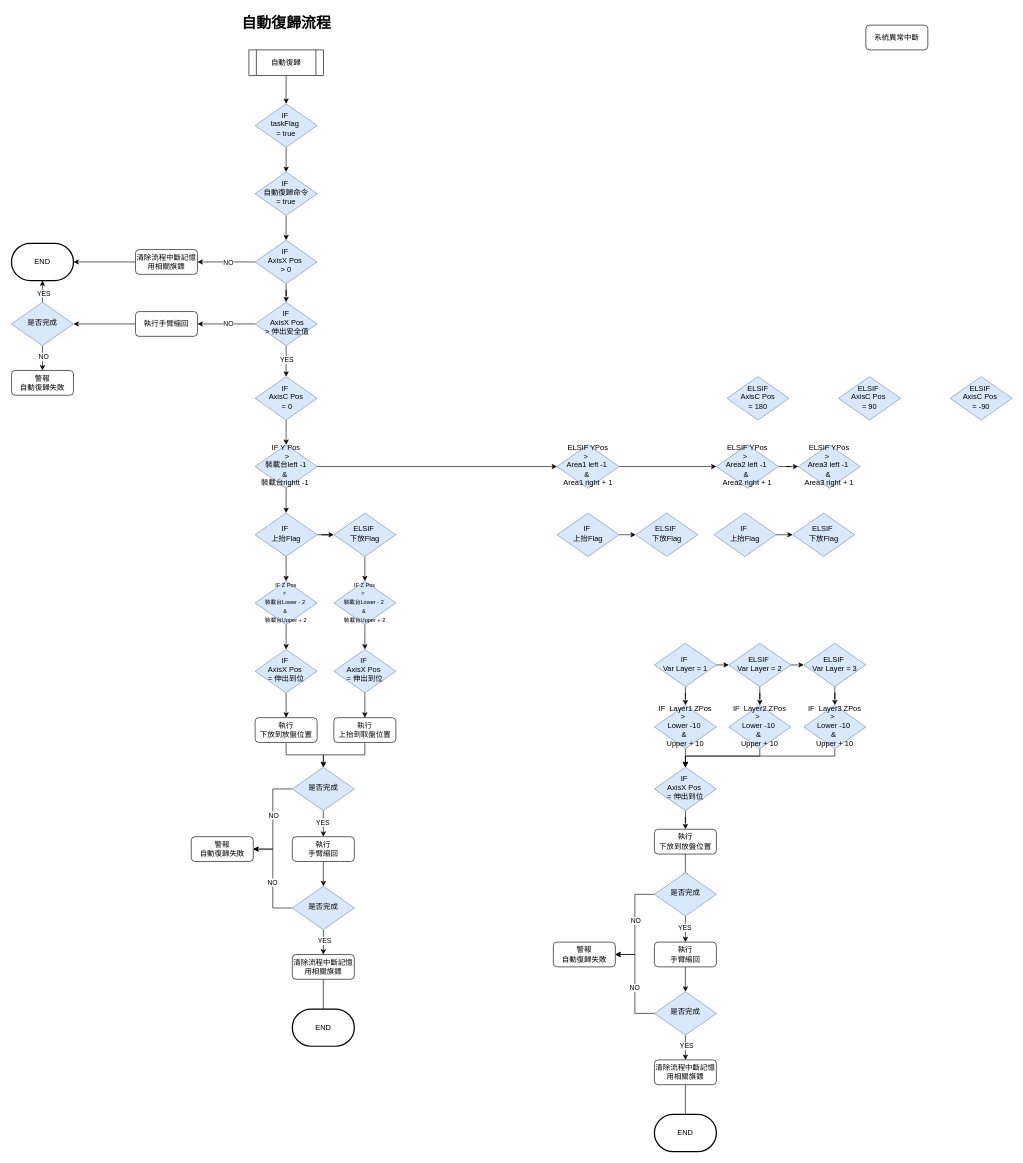
ChiangRyan/process-diagram keeps this draw.io diagram as page "自動復歸" (5 of 5) of 快捷案上位系統交握流程.drawio. Above is the earlier version. Source tidied: cells renumbered, new cells numbered last; positions are measured from the earlier drawing's top-left corner, leaving out a move shared by most shapes. Both pictures are drawn from the tidied source at 62%, with x=0, y=0 at pixel (11, 11).
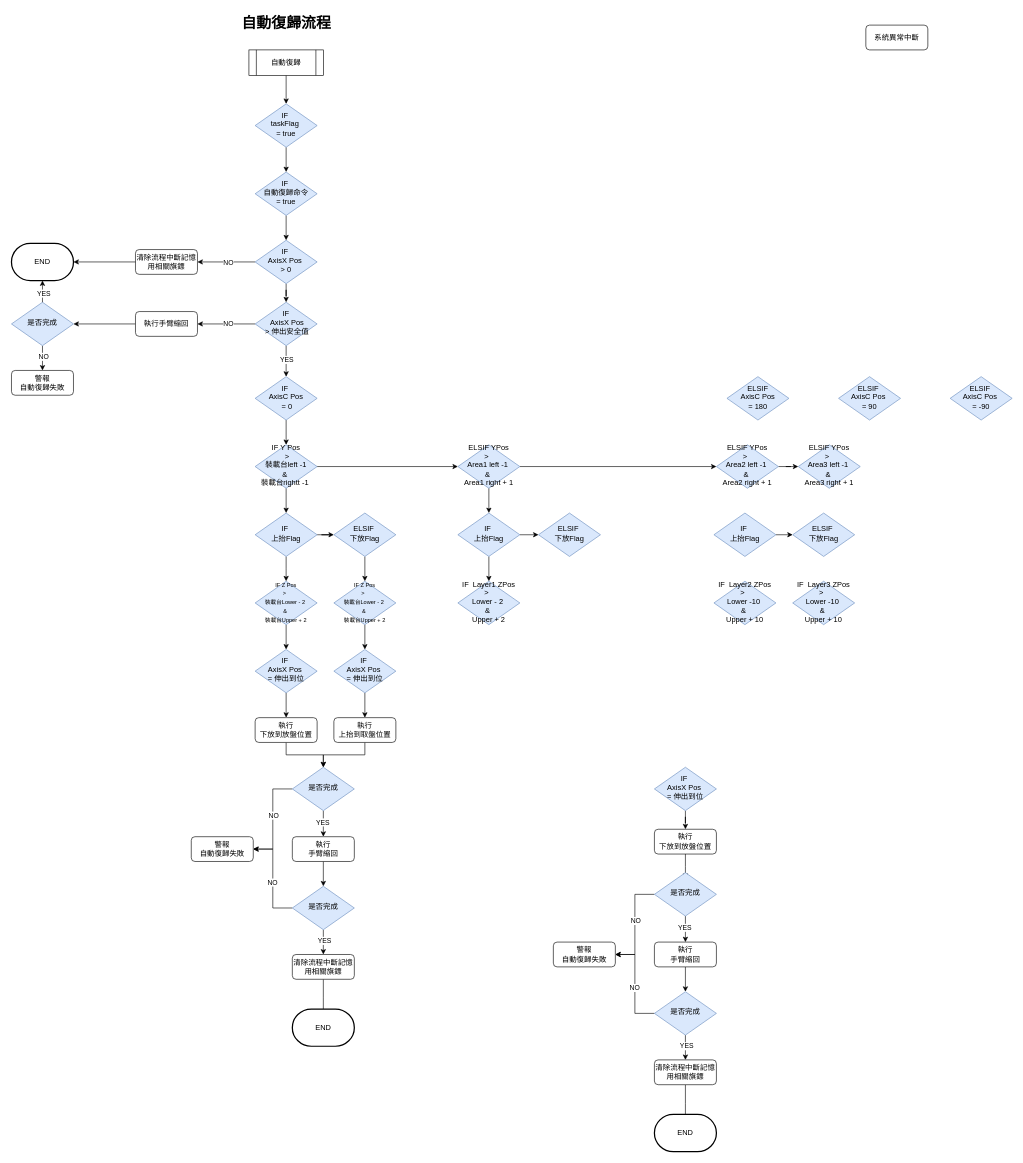
The same page after the edit.

Commit message (it also covers changes not shown here):
更新快捷案上位系統交握流程.drawio

Unchanged cells that the change refers to:
```xml
<mxCell id="35" value="IF&amp;nbsp;&lt;div&gt;AxisX Pos&amp;nbsp;&lt;/div&gt;&lt;div&gt;= 伸出到位&lt;/div&gt;" style="rhombus;whiteSpace=wrap;html=1;shadow=0;fontFamily=Helvetica;fontSize=12;align=center;strokeWidth=1;spacing=6;spacingTop=-4;fillColor=#dae8fc;strokeColor=#6c8ebf;" parent="1" vertex="1">
  <mxGeometry x="1037" y="1220" width="100" height="70" as="geometry" />
</mxCell>
```

The edit, as a diff of the source:
```diff
@@
-    <mxCell id="19" style="edgeStyle=none;rounded=0;jettySize=auto;html=1;" parent="1" edge="1" source="21" target="29">
-      <mxGeometry relative="1" as="geometry" />
+    <mxCell id="19" style="edgeStyle=none;rounded=0;orthogonalLoop=1;jettySize=auto;html=1;" parent="1" edge="1">
+      <mxGeometry relative="1" as="geometry">
+        <mxPoint x="1137" y="1055" as="sourcePoint" />
+      </mxGeometry>
     </mxCell>
-    <mxCell id="20" style="edgeStyle=orthogonalEdgeStyle;rounded=0;jettySize=auto;html=1;" parent="1" edge="1" source="21" target="33">
-      <mxGeometry relative="1" as="geometry" />
-    </mxCell>
-    <mxCell id="21" value="IF&amp;nbsp;&lt;div&gt;Var Layer = 1&lt;/div&gt;" style="rhombus;whiteSpace=wrap;html=1;shadow=0;fontFamily=Helvetica;fontSize=12;align=center;strokeWidth=1;spacing=6;spacingTop=-4;fillColor=#dae8fc;strokeColor=#6c8ebf;" parent="1" vertex="1">
-      <mxGeometry x="1037" y="1020" width="100" height="70" as="geometry" />
-    </mxCell>
@@
-    <mxCell id="27" style="edgeStyle=none;rounded=0;jettySize=auto;html=1;" parent="1" edge="1" source="29" target="31">
-      <mxGeometry relative="1" as="geometry" />
+    <mxCell id="27" style="edgeStyle=none;rounded=0;orthogonalLoop=1;jettySize=auto;html=1;" parent="1" edge="1">
+      <mxGeometry relative="1" as="geometry">
+        <mxPoint x="1257" y="1055" as="sourcePoint" />
+      </mxGeometry>
     </mxCell>
-    <mxCell id="28" style="edgeStyle=orthogonalEdgeStyle;rounded=0;jettySize=auto;html=1;" parent="1" edge="1" source="29" target="57">
-      <mxGeometry relative="1" as="geometry" />
-    </mxCell>
-    <mxCell id="29" value="ELSIF&amp;nbsp;&lt;br&gt;&lt;div&gt;&lt;span style=&quot;background-color: transparent; color: light-dark(rgb(0, 0, 0), rgb(255, 255, 255));&quot;&gt;Var&amp;nbsp;&lt;/span&gt;Layer = 2&lt;/div&gt;" style="rhombus;whiteSpace=wrap;html=1;shadow=0;fontFamily=Helvetica;fontSize=12;align=center;strokeWidth=1;spacing=6;spacingTop=-4;fillColor=#dae8fc;strokeColor=#6c8ebf;" parent="1" vertex="1">
-      <mxGeometry x="1157" y="1020" width="100" height="70" as="geometry" />
-    </mxCell>
-    <mxCell id="30" style="edgeStyle=orthogonalEdgeStyle;rounded=0;jettySize=auto;html=1;" parent="1" edge="1" source="31" target="59">
-      <mxGeometry relative="1" as="geometry" />
-    </mxCell>
-    <mxCell id="31" value="ELSIF&amp;nbsp;&lt;br&gt;&lt;div&gt;&lt;span style=&quot;background-color: transparent; color: light-dark(rgb(0, 0, 0), rgb(255, 255, 255));&quot;&gt;Var&amp;nbsp;&lt;/span&gt;Layer = 3&lt;/div&gt;" style="rhombus;whiteSpace=wrap;html=1;shadow=0;fontFamily=Helvetica;fontSize=12;align=center;strokeWidth=1;spacing=6;spacingTop=-4;fillColor=#dae8fc;strokeColor=#6c8ebf;" parent="1" vertex="1">
-      <mxGeometry x="1278" y="1020" width="100" height="70" as="geometry" />
-    </mxCell>
-    <mxCell id="32" style="edgeStyle=none;rounded=0;jettySize=auto;html=1;" parent="1" edge="1" source="33" target="35">
-      <mxGeometry relative="1" as="geometry" />
-    </mxCell>
-    <mxCell id="33" value="IF&amp;nbsp;&amp;nbsp;&lt;span style=&quot;color: light-dark(rgb(0, 0, 0), rgb(255, 255, 255)); background-color: transparent;&quot;&gt;Layer1 ZPos&lt;/span&gt;&lt;div&gt;&amp;gt;&amp;nbsp;&amp;nbsp;&lt;/div&gt;&lt;div&gt;Lower -10&amp;nbsp;&lt;/div&gt;&lt;div&gt;&amp;amp;&amp;nbsp;&lt;/div&gt;&lt;div&gt;Upper + 10&lt;/div&gt;" style="rhombus;whiteSpace=wrap;html=1;shadow=0;fontFamily=Helvetica;fontSize=12;align=center;strokeWidth=1;spacing=6;spacingTop=-4;fillColor=#dae8fc;strokeColor=#6c8ebf;" parent="1" vertex="1">
-      <mxGeometry x="1037" y="1120" width="100" height="70" as="geometry" />
+    <mxCell id="33" value="IF&amp;nbsp;&amp;nbsp;&lt;span style=&quot;color: light-dark(rgb(0, 0, 0), rgb(255, 255, 255)); background-color: transparent;&quot;&gt;Layer1 ZPos&lt;/span&gt;&lt;div&gt;&amp;gt;&amp;nbsp;&amp;nbsp;&lt;/div&gt;&lt;div&gt;Lower - 2&amp;nbsp;&lt;/div&gt;&lt;div&gt;&amp;amp;&amp;nbsp;&lt;/div&gt;&lt;div&gt;Upper + 2&lt;/div&gt;" style="rhombus;whiteSpace=wrap;html=1;shadow=0;fontFamily=Helvetica;fontSize=12;align=center;strokeWidth=1;spacing=6;spacingTop=-4;fillColor=#dae8fc;strokeColor=#6c8ebf;" parent="1" vertex="1">
+      <mxGeometry x="720" y="920" width="100" height="70" as="geometry" />
     </mxCell>
@@
-    <mxCell id="56" style="edgeStyle=orthogonalEdgeStyle;rounded=0;jettySize=auto;html=1;entryX=0.5;entryY=0;entryDx=0;entryDy=0;" parent="1" edge="1" source="57" target="35">
-      <mxGeometry relative="1" as="geometry">
-        <Array as="points">
-          <mxPoint x="1207" y="1202" />
-          <mxPoint x="1087" y="1202" />
-        </Array>
-      </mxGeometry>
-    </mxCell>
     <mxCell id="57" value="IF&amp;nbsp;&amp;nbsp;&lt;span style=&quot;color: light-dark(rgb(0, 0, 0), rgb(255, 255, 255)); background-color: transparent;&quot;&gt;Layer2 ZPos&lt;/span&gt;&lt;div&gt;&amp;gt;&amp;nbsp;&amp;nbsp;&lt;/div&gt;&lt;div&gt;Lower -10&amp;nbsp;&lt;/div&gt;&lt;div&gt;&amp;amp;&amp;nbsp;&lt;/div&gt;&lt;div&gt;Upper + 10&lt;/div&gt;" style="rhombus;whiteSpace=wrap;html=1;shadow=0;fontFamily=Helvetica;fontSize=12;align=center;strokeWidth=1;spacing=6;spacingTop=-4;fillColor=#dae8fc;strokeColor=#6c8ebf;" parent="1" vertex="1">
-      <mxGeometry x="1157" y="1120" width="100" height="70" as="geometry" />
+      <mxGeometry x="1133" y="920" width="100" height="70" as="geometry" />
     </mxCell>
-    <mxCell id="58" style="edgeStyle=orthogonalEdgeStyle;rounded=0;jettySize=auto;html=1;entryX=0.5;entryY=0;entryDx=0;entryDy=0;" parent="1" edge="1" source="59" target="35">
-      <mxGeometry relative="1" as="geometry">
-        <Array as="points">
-          <mxPoint x="1328" y="1202" />
-          <mxPoint x="1087" y="1202" />
-        </Array>
-      </mxGeometry>
-    </mxCell>
     <mxCell id="59" value="IF&amp;nbsp;&amp;nbsp;&lt;span style=&quot;color: light-dark(rgb(0, 0, 0), rgb(255, 255, 255)); background-color: transparent;&quot;&gt;Layer3 ZPos&lt;/span&gt;&lt;div&gt;&amp;gt;&amp;nbsp;&amp;nbsp;&lt;/div&gt;&lt;div&gt;Lower -10&amp;nbsp;&lt;/div&gt;&lt;div&gt;&amp;amp;&amp;nbsp;&lt;/div&gt;&lt;div&gt;Upper + 10&lt;/div&gt;" style="rhombus;whiteSpace=wrap;html=1;shadow=0;fontFamily=Helvetica;fontSize=12;align=center;strokeWidth=1;spacing=6;spacingTop=-4;fillColor=#dae8fc;strokeColor=#6c8ebf;" parent="1" vertex="1">
-      <mxGeometry x="1278" y="1120" width="100" height="70" as="geometry" />
+      <mxGeometry x="1260" y="920" width="100" height="70" as="geometry" />
     </mxCell>
@@
+    <mxCell id="117" style="edgeStyle=orthogonalEdgeStyle;rounded=0;jettySize=auto;html=1;" parent="1" edge="1" source="66" target="83">
+      <mxGeometry relative="1" as="geometry" />
+    </mxCell>
     <mxCell id="66" value="ELSIF Y&lt;span style=&quot;color: light-dark(rgb(0, 0, 0), rgb(255, 255, 255)); background-color: transparent;&quot;&gt;Pos&lt;/span&gt;&lt;div&gt;&amp;gt;&amp;nbsp;&amp;nbsp;&lt;/div&gt;&lt;div&gt;&lt;span style=&quot;background-color: transparent; color: light-dark(rgb(0, 0, 0), rgb(255, 255, 255));&quot;&gt;Area&lt;/span&gt;&lt;span style=&quot;background-color: transparent; color: light-dark(rgb(0, 0, 0), rgb(255, 255, 255));&quot;&gt;1&amp;nbsp;&lt;/span&gt;left -1&amp;nbsp;&lt;/div&gt;&lt;div&gt;&amp;amp;&amp;nbsp;&lt;/div&gt;&lt;div&gt;&lt;span style=&quot;background-color: transparent; color: light-dark(rgb(0, 0, 0), rgb(255, 255, 255));&quot;&gt;Area&lt;/span&gt;&lt;span style=&quot;background-color: transparent; color: light-dark(rgb(0, 0, 0), rgb(255, 255, 255));&quot;&gt;1&amp;nbsp;&lt;/span&gt;right + 1&lt;/div&gt;" style="rhombus;whiteSpace=wrap;html=1;shadow=0;fontFamily=Helvetica;fontSize=12;align=center;strokeWidth=1;spacing=6;spacingTop=-4;fillColor=#dae8fc;strokeColor=#6c8ebf;" parent="1" vertex="1">
-      <mxGeometry x="880" y="700" width="100" height="70" as="geometry" />
+      <mxGeometry x="720" y="700" width="100" height="70" as="geometry" />
     </mxCell>
@@
+    <mxCell id="118" style="edgeStyle=orthogonalEdgeStyle;rounded=0;jettySize=auto;html=1;" parent="1" edge="1" source="83" target="33">
+      <mxGeometry relative="1" as="geometry" />
+    </mxCell>
     <mxCell id="83" value="IF&amp;nbsp;&lt;div&gt;上抬Flag&lt;/div&gt;" style="rhombus;whiteSpace=wrap;html=1;shadow=0;fontFamily=Helvetica;fontSize=12;align=center;strokeWidth=1;spacing=6;spacingTop=-4;fillColor=#dae8fc;strokeColor=#6c8ebf;" parent="1" vertex="1">
-      <mxGeometry x="880" y="810" width="100" height="70" as="geometry" />
+      <mxGeometry x="720" y="810" width="100" height="70" as="geometry" />
     </mxCell>
     <mxCell id="84" value="ELSIF&amp;nbsp;&lt;div&gt;下放Flag&lt;/div&gt;" style="rhombus;whiteSpace=wrap;html=1;shadow=0;fontFamily=Helvetica;fontSize=12;align=center;strokeWidth=1;spacing=6;spacingTop=-4;fillColor=#dae8fc;strokeColor=#6c8ebf;" parent="1" vertex="1">
-      <mxGeometry x="1007" y="810" width="100" height="70" as="geometry" />
+      <mxGeometry x="850" y="810" width="100" height="70" as="geometry" />
     </mxCell>
```
